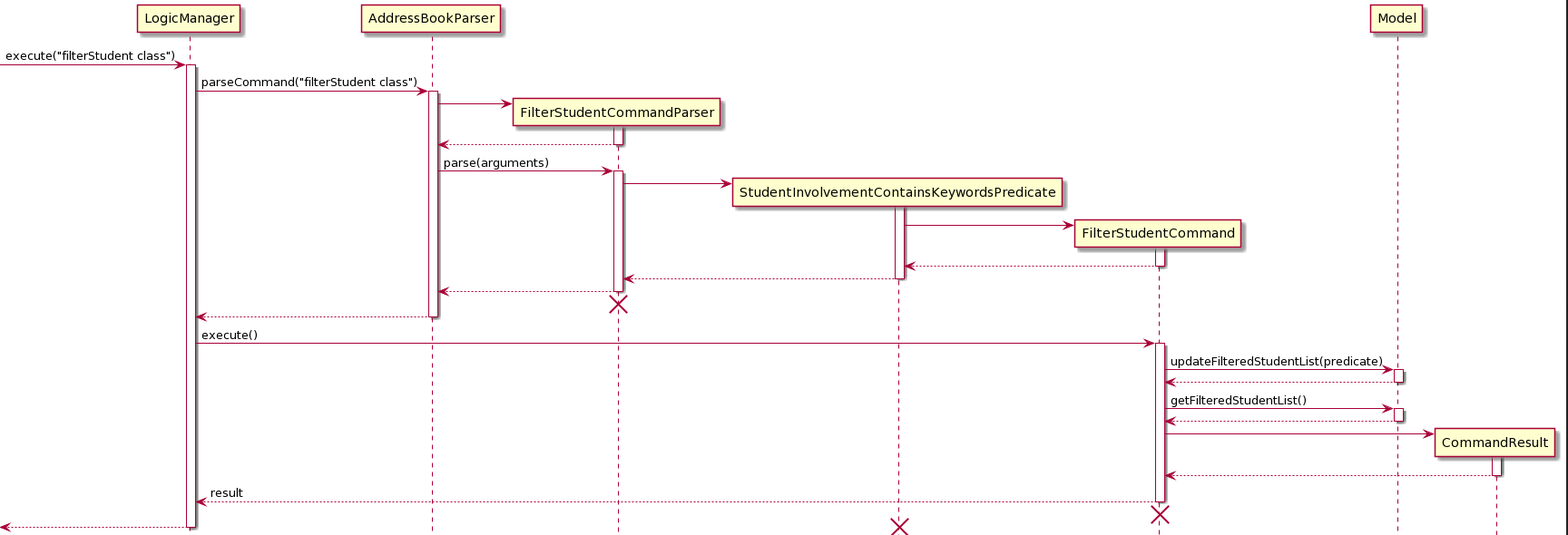
The PlantUML diagram docs/images/FilterDiagram.png in random689/tp, before a commit. Its source is kept beside it as docs/diagrams/FilterDiagram.puml. The source it was exported from:
```plantuml
@startuml

[-> LogicManager : execute("filterStudent class")
activate LogicManager

LogicManager -> AddressBookParser : parseCommand("filterStudent class")
activate AddressBookParser

create FilterStudentCommandParser
AddressBookParser -> FilterStudentCommandParser
activate FilterStudentCommandParser

FilterStudentCommandParser --> AddressBookParser
deactivate FilterStudentCommandParser

AddressBookParser -> FilterStudentCommandParser : parse(arguments)
activate FilterStudentCommandParser

create StudentInvolvementContainsKeywordsPredicate
FilterStudentCommandParser ->  StudentInvolvementContainsKeywordsPredicate
activate StudentInvolvementContainsKeywordsPredicate

create FilterStudentCommand
StudentInvolvementContainsKeywordsPredicate -> FilterStudentCommand
activate FilterStudentCommand

FilterStudentCommand --> StudentInvolvementContainsKeywordsPredicate
deactivate FilterStudentCommand

StudentInvolvementContainsKeywordsPredicate --> FilterStudentCommandParser
deactivate

FilterStudentCommandParser --> AddressBookParser
deactivate FilterStudentCommandParser
FilterStudentCommandParser -[hidden]-> AddressBookParser
destroy FilterStudentCommandParser

AddressBookParser --> LogicManager
deactivate AddressBookParser

LogicManager -> FilterStudentCommand : execute()
activate FilterStudentCommand

FilterStudentCommand -> Model : updateFilteredStudentList(predicate)
activate Model

Model --> FilterStudentCommand
deactivate Model

FilterStudentCommand -> Model : getFilteredStudentList()
activate Model

Model --> FilterStudentCommand
deactivate Model



create CommandResult
FilterStudentCommand -> CommandResult
activate CommandResult

CommandResult --> FilterStudentCommand
deactivate CommandResult

FilterStudentCommand --> LogicManager : result
deactivate FilterStudentCommand
FilterStudentCommand -[hidden]-> LogicManager
destroy FilterStudentCommand

[<--LogicManager
deactivate LogicManager
destroy StudentInvolvementContainsKeywordsPredicate
@enduml
```
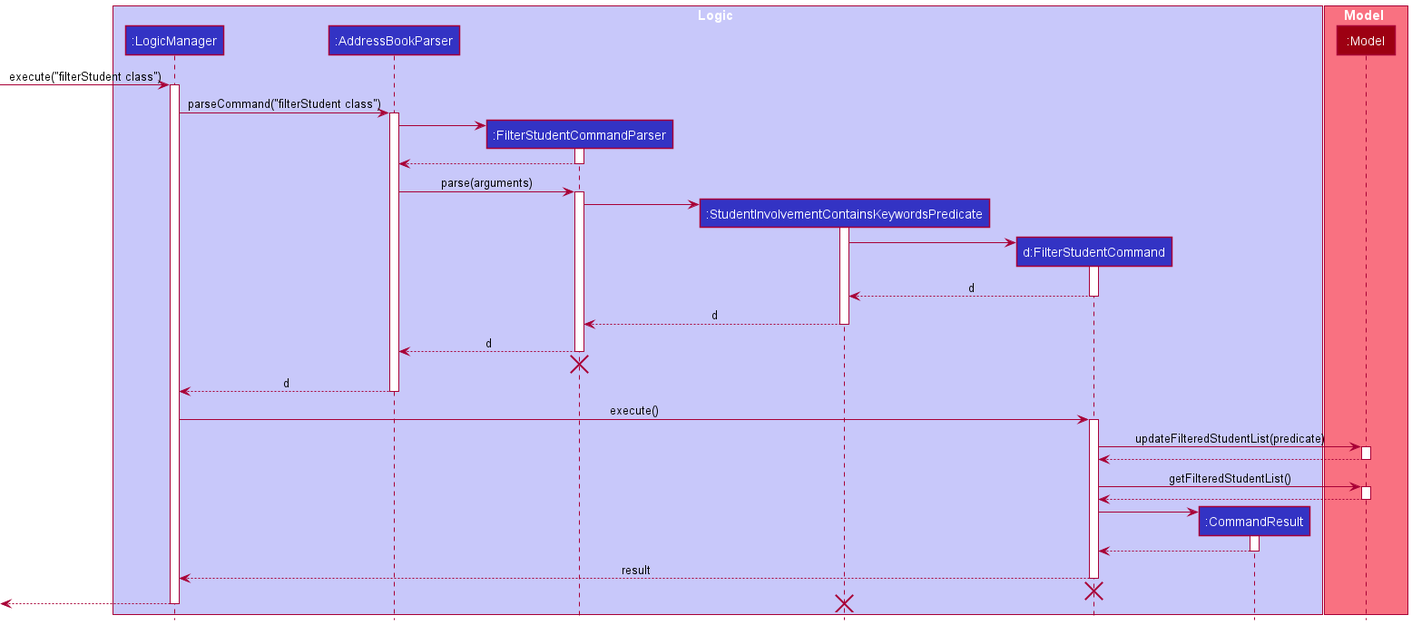
After the change.

Change to the diagram source:
```diff
@@ -1,4 +1,18 @@
 @startuml
+!include style.puml
+
+box Logic LOGIC_COLOR_T1
+participant ":LogicManager" as LogicManager LOGIC_COLOR
+participant ":AddressBookParser" as AddressBookParser LOGIC_COLOR
+participant ":FilterStudentCommandParser" as FilterStudentCommandParser LOGIC_COLOR
+participant ":StudentInvolvementContainsKeywordsPredicate" as StudentInvolvementContainsKeywordsPredicate LOGIC_COLOR
+participant "d:FilterStudentCommand" as FilterStudentCommand LOGIC_COLOR
+participant ":CommandResult" as CommandResult LOGIC_COLOR
+end box
+
+box Model MODEL_COLOR_T1
+participant ":Model" as Model MODEL_COLOR
+end box
 
 [-> LogicManager : execute("filterStudent class")
 activate LogicManager
@@ -24,18 +38,18 @@
 StudentInvolvementContainsKeywordsPredicate -> FilterStudentCommand
 activate FilterStudentCommand
 
-FilterStudentCommand --> StudentInvolvementContainsKeywordsPredicate
+FilterStudentCommand --> StudentInvolvementContainsKeywordsPredicate :d
 deactivate FilterStudentCommand
 
-StudentInvolvementContainsKeywordsPredicate --> FilterStudentCommandParser
+StudentInvolvementContainsKeywordsPredicate --> FilterStudentCommandParser :d
 deactivate
 
-FilterStudentCommandParser --> AddressBookParser
+FilterStudentCommandParser --> AddressBookParser :d
 deactivate FilterStudentCommandParser
 FilterStudentCommandParser -[hidden]-> AddressBookParser
 destroy FilterStudentCommandParser
 
-AddressBookParser --> LogicManager
+AddressBookParser --> LogicManager :d
 deactivate AddressBookParser
 
 LogicManager -> FilterStudentCommand : execute()
```
